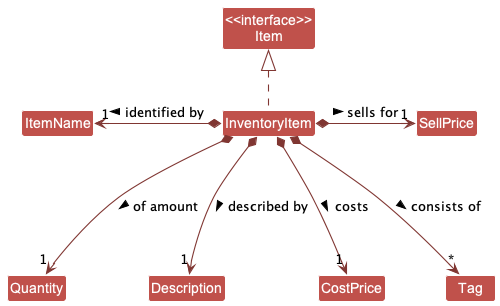
nus-cs2103-AY2223S1/tp keeps this PlantUML diagram as docs/images/developer-guide/InventoryItemClassDiagram.png. Above is the earlier version.
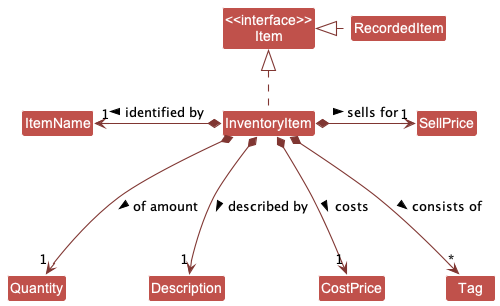
The same diagram one commit later.

What changed in the source:
```diff
@@ -10,6 +10,7 @@
 Class Quantity
 Class "<<interface>>\nItem" as Item
 Class InventoryItem implements Item
+Class RecordedItem
 Class Quantity
 Class Description
 Class SellPrice
@@ -23,4 +24,6 @@
 InventoryItem *---> "1" CostPrice: costs >
 InventoryItem *---> "*" Tag : consists of >
 
+RecordedItem ..left|> Item
+
 @enduml
```
